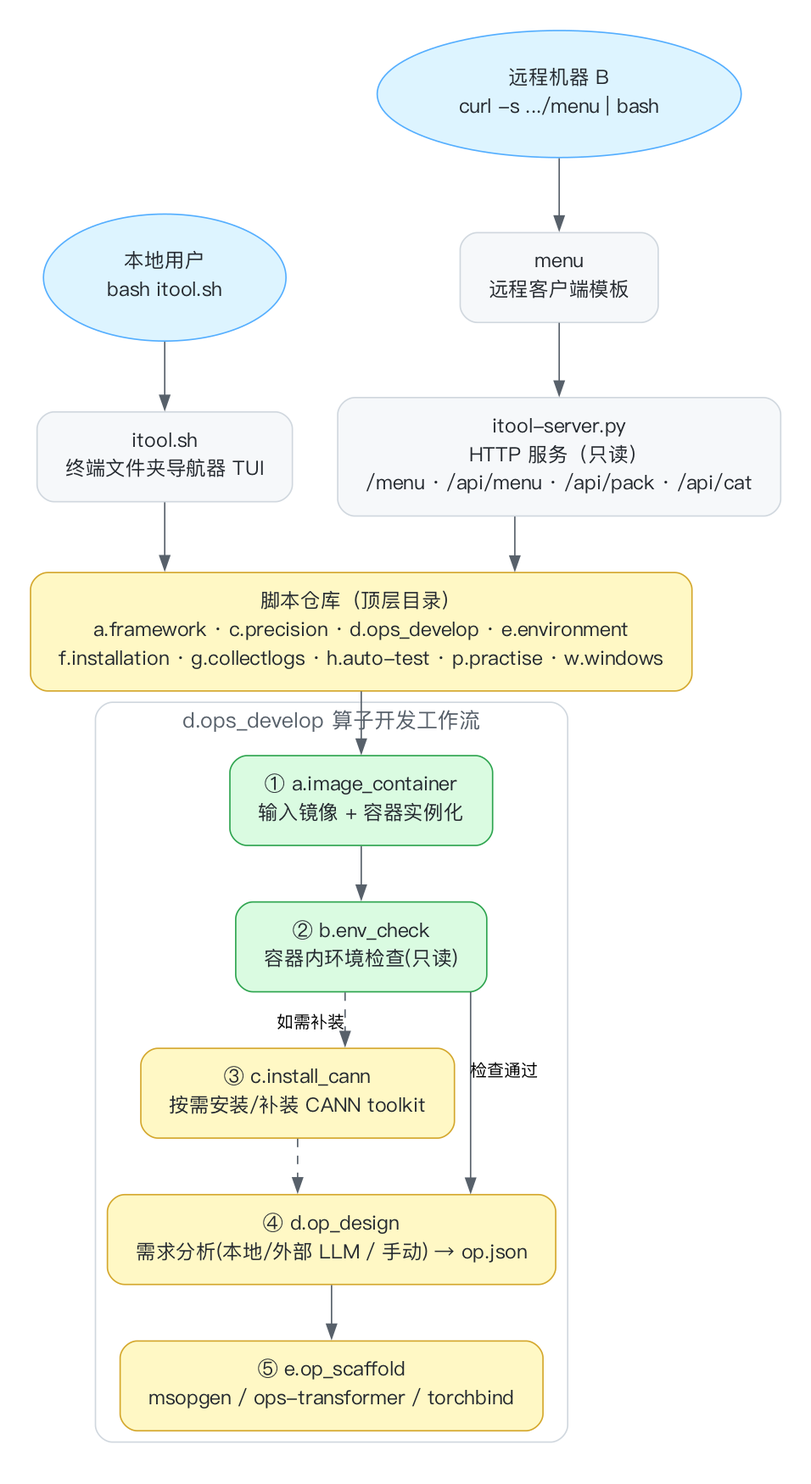
Above: docs/itool-flow.png in qqiushizi/itool (Graphviz), before the change. Its source is kept beside it as docs/itool-flow.dot.
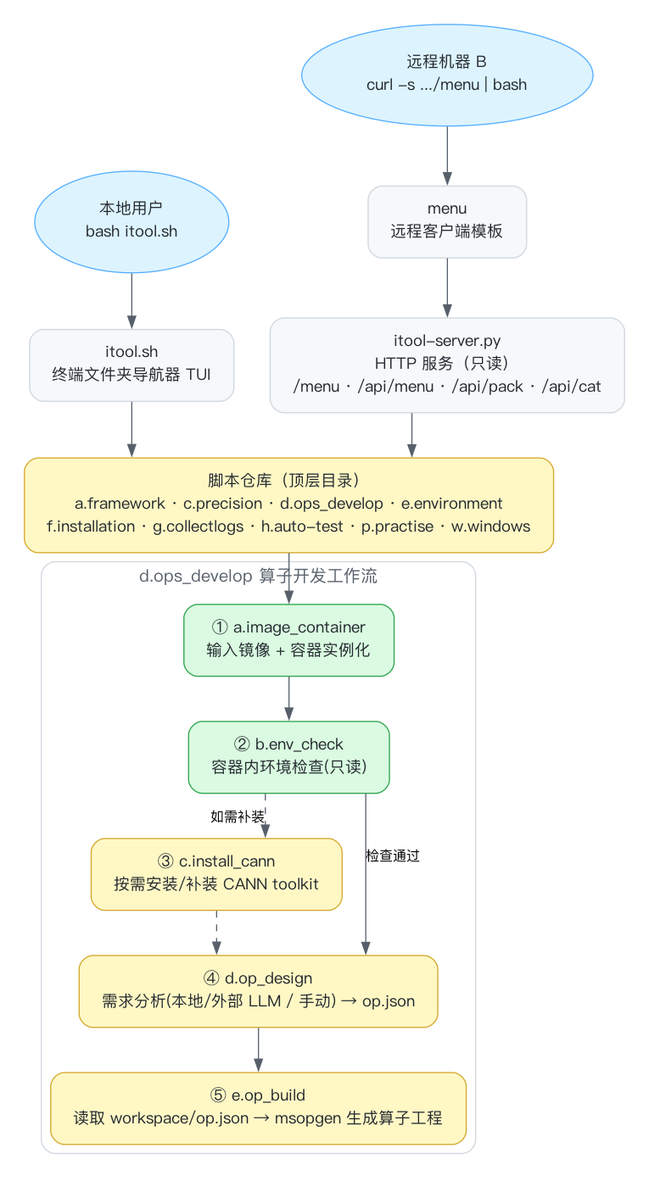
After the commit.

Change to the diagram source:
```diff
@@ -45,7 +45,7 @@
     S2 [label="② b.env_check\n容器内环境检查(只读)", fillcolor="#dafbe1", color="#2da44e"];
     S3 [label="③ c.install_cann\n按需安装/补装 CANN toolkit", fillcolor="#fff8c5", color="#d4a72c"];
     S4 [label="④ d.op_design\n需求分析(本地/外部 LLM / 手动) → op.json", fillcolor="#fff8c5", color="#d4a72c"];
-    S5 [label="⑤ e.op_scaffold\nmsopgen / ops-transformer / torchbind", fillcolor="#fff8c5", color="#d4a72c"];
+    S5 [label="⑤ e.op_build\n读取 workspace/op.json → msopgen 生成算子工程", fillcolor="#fff8c5", color="#d4a72c"];
   }
 
   L -> T;
```
